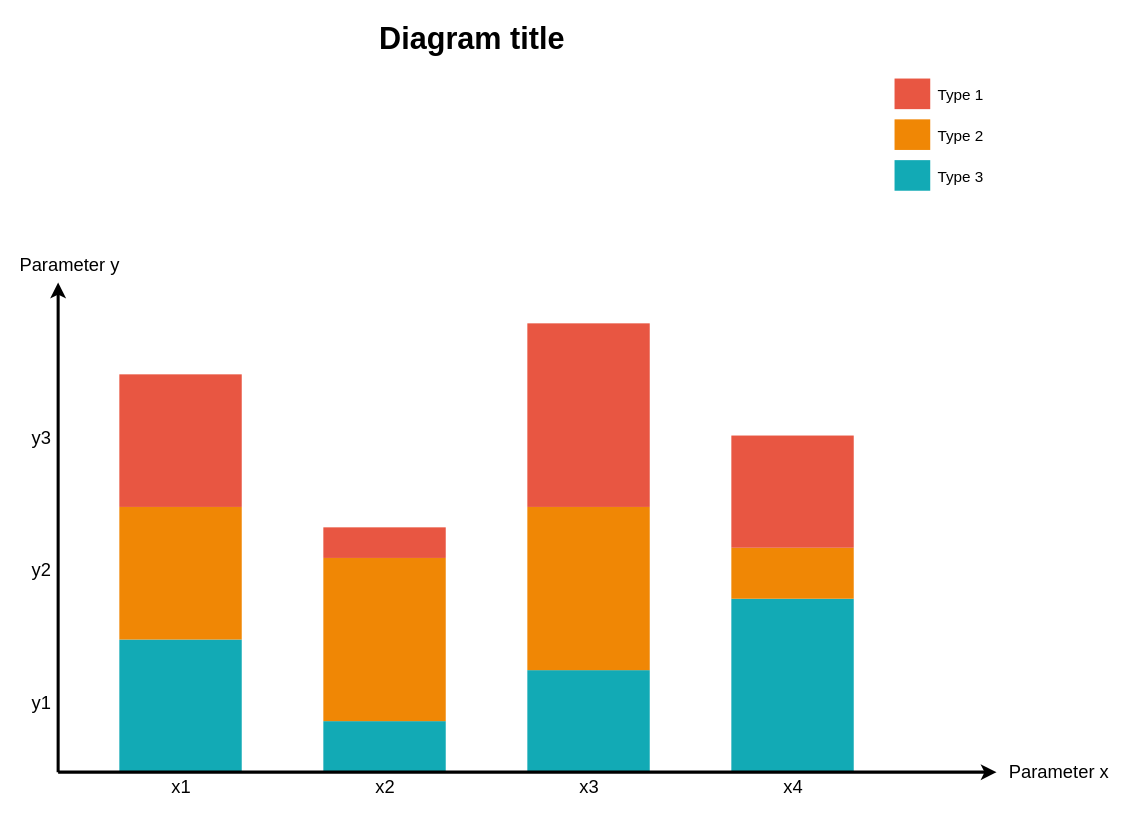
CorazonH/HJW keeps this draw.io diagram as 未命名绘图2.drawio. Above is the earlier version. Source tidied: cells renumbered, new cells numbered last; positions are measured from the earlier drawing's top-left corner, leaving out a move shared by most shapes. Both pictures are drawn from the tidied source at 102%, with x=0, y=0 at pixel (17, 16).
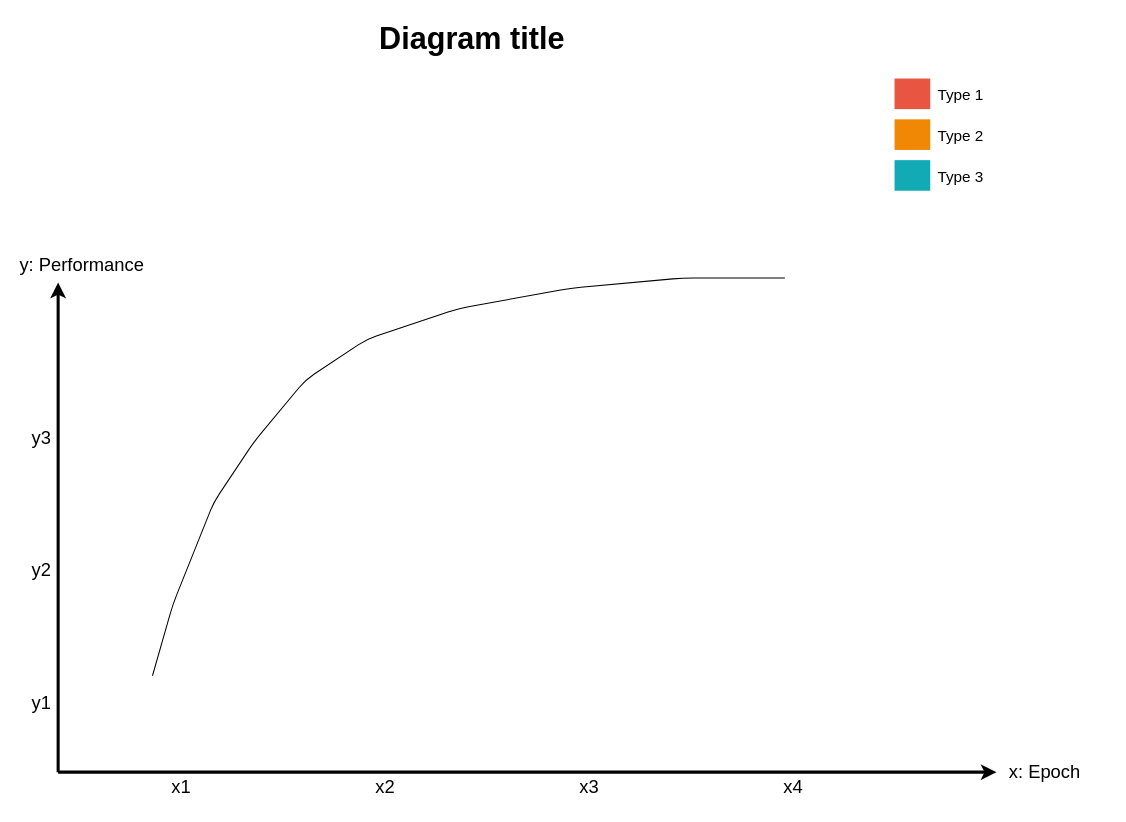
The same page after the edit.

Commit message:
更新未命名绘图2.drawio

What changed in the source:
```diff
@@
-    <mxCell id="2" style="whiteSpace=wrap;fillColor=#12AAB5;gradientColor=none;gradientDirection=east;strokeColor=none;html=1;fontColor=#23445d;" parent="1" vertex="1">
-      <mxGeometry x="99.5" y="610.5" width="120" height="130" as="geometry" />
-    </mxCell>
-    <mxCell id="3" style="whiteSpace=wrap;fillColor=#12AAB5;gradientColor=none;gradientDirection=east;strokeColor=none;html=1;fontColor=#23445d;" parent="1" vertex="1">
-      <mxGeometry x="299.5" y="690.5" width="120" height="50" as="geometry" />
-    </mxCell>
-    <mxCell id="4" style="whiteSpace=wrap;fillColor=#12AAB5;gradientColor=none;gradientDirection=east;strokeColor=none;html=1;fontColor=#23445d;" parent="1" vertex="1">
-      <mxGeometry x="499.5" y="640.5" width="120" height="100" as="geometry" />
-    </mxCell>
-    <mxCell id="5" style="whiteSpace=wrap;fillColor=#12AAB5;gradientColor=none;gradientDirection=east;strokeColor=none;html=1;fontColor=#23445d;" parent="1" vertex="1">
-      <mxGeometry x="699.5" y="570.5" width="120" height="170" as="geometry" />
-    </mxCell>
@@
-    <mxCell id="7" style="whiteSpace=wrap;fillColor=#F08705;gradientColor=none;gradientDirection=east;strokeColor=none;html=1;fontColor=#23445d;" parent="1" vertex="1">
-      <mxGeometry x="99.5" y="480.5" width="120" height="130" as="geometry" />
-    </mxCell>
-    <mxCell id="8" style="whiteSpace=wrap;fillColor=#E85642;gradientColor=none;gradientDirection=east;strokeColor=none;html=1;fontColor=#23445d;" parent="1" vertex="1">
-      <mxGeometry x="99.5" y="350.5" width="120" height="130" as="geometry" />
-    </mxCell>
-    <mxCell id="9" style="whiteSpace=wrap;fillColor=#F08705;gradientColor=none;gradientDirection=east;strokeColor=none;html=1;fontColor=#23445d;" parent="1" vertex="1">
-      <mxGeometry x="299.5" y="530.5" width="120" height="160" as="geometry" />
-    </mxCell>
-    <mxCell id="10" style="whiteSpace=wrap;fillColor=#E85642;gradientColor=none;gradientDirection=east;strokeColor=none;html=1;fontColor=#23445d;" parent="1" vertex="1">
-      <mxGeometry x="299.5" y="500.5" width="120" height="30" as="geometry" />
-    </mxCell>
-    <mxCell id="11" style="whiteSpace=wrap;fillColor=#F08705;gradientColor=none;gradientDirection=east;strokeColor=none;html=1;fontColor=#23445d;" parent="1" vertex="1">
-      <mxGeometry x="499.5" y="480.5" width="120" height="160" as="geometry" />
-    </mxCell>
-    <mxCell id="12" style="whiteSpace=wrap;fillColor=#E85642;gradientColor=none;gradientDirection=east;strokeColor=none;html=1;fontColor=#23445d;" parent="1" vertex="1">
-      <mxGeometry x="499.5" y="300.5" width="120" height="180" as="geometry" />
-    </mxCell>
@@
-    <mxCell id="14" value="Parameter x" style="text;spacingTop=-5;html=1;fontSize=18;fontStyle=0;strokeColor=none;" parent="1" vertex="1">
+    <mxCell id="14" value="x: Epoch" style="text;spacingTop=-5;html=1;fontSize=18;fontStyle=0;strokeColor=none;" parent="1" vertex="1">
       <mxGeometry x="969.5" y="728.5" width="80" height="20" as="geometry" />
     </mxCell>
@@
-    <mxCell id="24" value="Parameter y" style="text;spacingTop=-5;html=1;fontSize=18;fontStyle=0;" parent="1" vertex="1">
+    <mxCell id="24" value="y: Performance" style="text;spacingTop=-5;html=1;fontSize=18;fontStyle=0;" parent="1" vertex="1">
       <mxGeometry x="-0.5" y="231.5" width="80" height="20" as="geometry" />
     </mxCell>
@@
-    <mxCell id="29" style="whiteSpace=wrap;fillColor=#F08705;gradientColor=none;gradientDirection=east;strokeColor=none;html=1;fontColor=#23445d;" parent="1" vertex="1">
-      <mxGeometry x="699.5" y="520.5" width="120" height="50" as="geometry" />
-    </mxCell>
-    <mxCell id="30" style="whiteSpace=wrap;fillColor=#E85642;gradientColor=none;gradientDirection=east;strokeColor=none;html=1;fontColor=#23445d;" parent="1" vertex="1">
-      <mxGeometry x="699.5" y="410.5" width="120" height="110" as="geometry" />
-    </mxCell>
@@
+    <mxCell id="32" style="endArrow=none;html=1;" parent="1" edge="1">
+      <mxGeometry relative="1" as="geometry">
+        <mxPoint x="132" y="646" as="sourcePoint" />
+        <mxPoint x="752" y="256" as="targetPoint" />
+        <Array as="points">
+          <mxPoint x="152" y="576" />
+          <mxPoint x="192" y="476" />
+          <mxPoint x="232" y="416" />
+          <mxPoint x="282" y="356" />
+          <mxPoint x="342" y="316" />
+          <mxPoint x="432" y="286" />
+          <mxPoint x="542" y="266" />
+          <mxPoint x="652" y="256" />
+        </Array>
+      </mxGeometry>
+    </mxCell>
```
